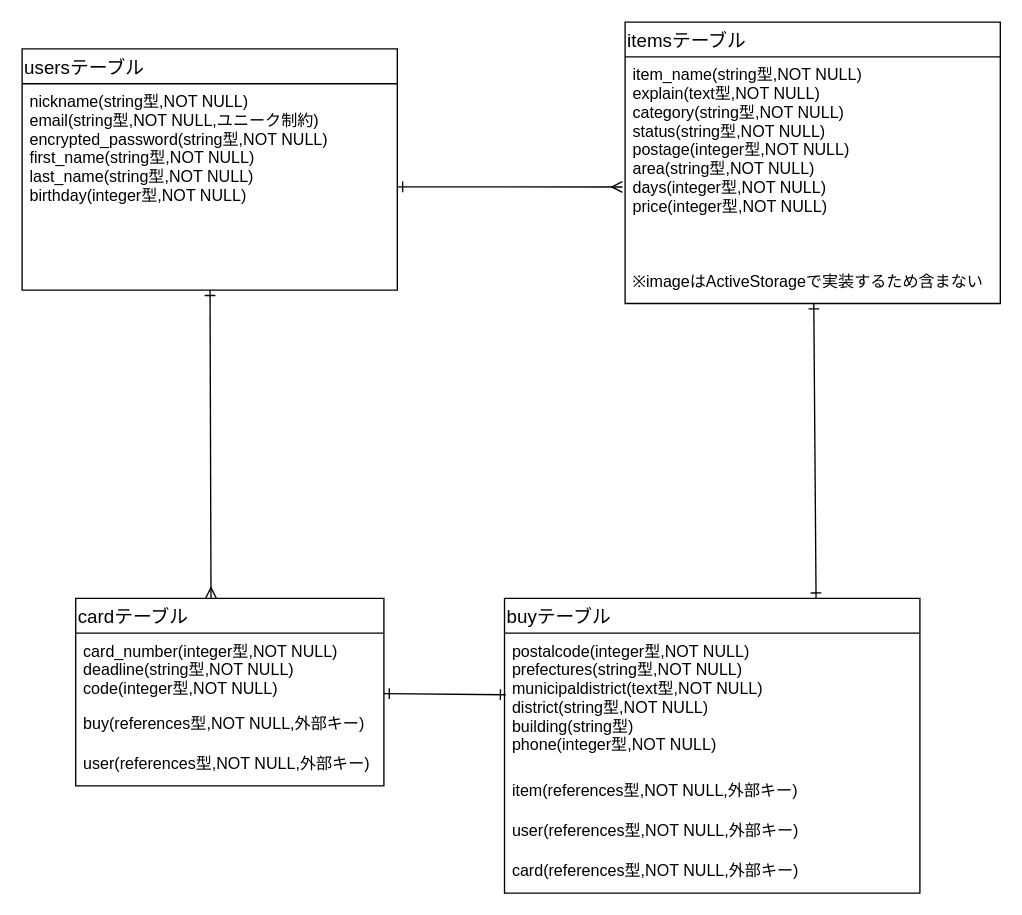
tamtam-time/furima-38599 keeps this draw.io diagram as er.dio. Above is the earlier version. Source tidied: cells renumbered, new cells numbered last; positions are measured from the earlier drawing's top-left corner, leaving out a move shared by most shapes. Both pictures are drawn from the tidied source at 134%, with x=0, y=0 at pixel (21, 21).
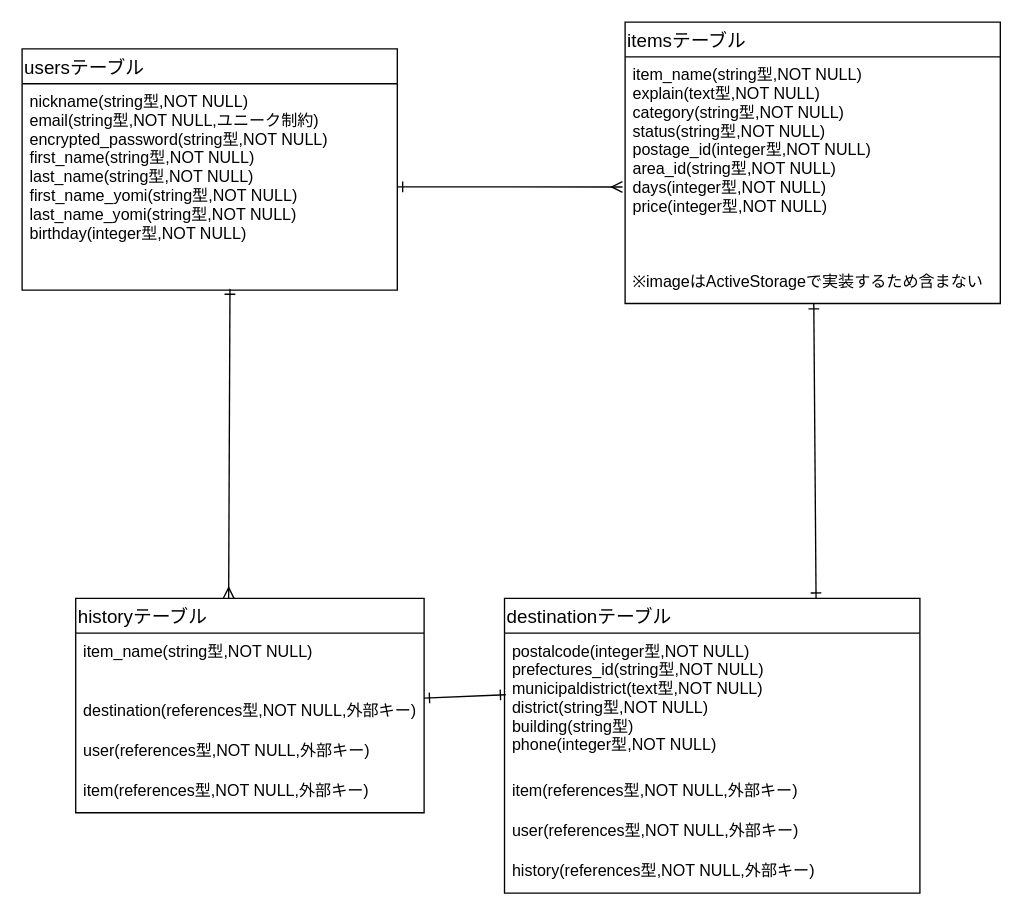
The same page after the edit.

Commit message (it also covers changes not shown here):
データベース設計：修正分

以下、ER図のURLになります。
https://gyazo.com/1ee61decaecb2e125a1e175b8ea8c575

アプリ見本では購入履歴の画面が確認できず、また、購入したのは勿論ログインしている本人であるのに購入者の情報が必要という点で、不明点が多く、また誤りが多数あるかと思います。申し訳ございませんが、何卒宜しくお願いいたします。

The change refers to these unchanged cells:
```xml
<mxCell id="2" value="usersテーブル" style="swimlane;fontStyle=0;horizontal=1;startSize=26;align=left;fontSize=14;spacingTop=0;" parent="1" vertex="1">
  <mxGeometry y="20" width="280" height="180" as="geometry" />
</mxCell>
<mxCell id="5" value="itemsテーブル" style="swimlane;fontStyle=0;horizontal=1;startSize=26;align=left;fontSize=14;" parent="1" vertex="1">
  <mxGeometry x="450" width="280" height="210" as="geometry" />
</mxCell>
```

What changed in the source:
```diff
@@
-    <mxCell id="3" value="nickname(string型,NOT NULL)&#10;email(string型,NOT NULL,ユニーク制約)&#10;encrypted_password(string型,NOT NULL)&#10;first_name(string型,NOT NULL)&#10;last_name(string型,NOT NULL)&#10;birthday(integer型,NOT NULL)&#10;" style="text;strokeColor=none;fillColor=none;spacingLeft=4;spacingRight=4;overflow=hidden;points=[[0,0.5],[1,0.5]];portConstraint=eastwest;fontSize=12;spacingTop=0;spacing=2;spacingBottom=0;" parent="2" vertex="1">
+    <mxCell id="3" value="nickname(string型,NOT NULL)&#10;email(string型,NOT NULL,ユニーク制約)&#10;encrypted_password(string型,NOT NULL)&#10;first_name(string型,NOT NULL)&#10;last_name(string型,NOT NULL)&#10;first_name_yomi(string型,NOT NULL)&#10;last_name_yomi(string型,NOT NULL)&#10;birthday(integer型,NOT NULL)&#10;" style="text;strokeColor=none;fillColor=none;spacingLeft=4;spacingRight=4;overflow=hidden;points=[[0,0.5],[1,0.5]];portConstraint=eastwest;fontSize=12;spacingTop=0;spacing=2;spacingBottom=0;" parent="2" vertex="1">
       <mxGeometry y="26" width="280" height="154" as="geometry" />
     </mxCell>
@@
-    <mxCell id="6" value="item_name(string型,NOT NULL)&#10;explain(text型,NOT NULL)&#10;category(string型,NOT NULL)&#10;status(string型,NOT NULL)&#10;postage(integer型,NOT NULL)&#10;area(string型,NOT NULL)&#10;days(integer型,NOT NULL)&#10;price(integer型,NOT NULL)" style="text;strokeColor=none;fillColor=none;spacingLeft=4;spacingRight=4;overflow=hidden;points=[[0,0.5],[1,0.5]];portConstraint=eastwest;fontSize=12;spacingTop=0;" parent="5" vertex="1">
+    <mxCell id="6" value="item_name(string型,NOT NULL)&#10;explain(text型,NOT NULL)&#10;category(string型,NOT NULL)&#10;status(string型,NOT NULL)&#10;postage_id(integer型,NOT NULL)&#10;area_id(string型,NOT NULL)&#10;days(integer型,NOT NULL)&#10;price(integer型,NOT NULL)" style="text;strokeColor=none;fillColor=none;spacingLeft=4;spacingRight=4;overflow=hidden;points=[[0,0.5],[1,0.5]];portConstraint=eastwest;fontSize=12;spacingTop=0;" parent="5" vertex="1">
       <mxGeometry y="26" width="280" height="154" as="geometry" />
     </mxCell>
@@
-    <mxCell id="8" value="buyテーブル" style="swimlane;fontStyle=0;horizontal=1;startSize=26;align=left;fontSize=14;" parent="1" vertex="1">
+    <mxCell id="8" value="destinationテーブル" style="swimlane;fontStyle=0;horizontal=1;startSize=26;align=left;fontSize=14;" parent="1" vertex="1">
       <mxGeometry x="360" y="430" width="310" height="220" as="geometry" />
     </mxCell>
-    <mxCell id="9" value="postalcode(integer型,NOT NULL)&#10;prefectures(string型,NOT NULL)&#10;municipaldistrict(text型,NOT NULL)&#10;district(string型,NOT NULL)&#10;building(string型)&#10;phone(integer型,NOT NULL)" style="text;strokeColor=none;fillColor=none;spacingLeft=4;spacingRight=4;overflow=hidden;points=[[0,0.5],[1,0.5]];portConstraint=eastwest;fontSize=12;" parent="8" vertex="1">
+    <mxCell id="9" value="postalcode(integer型,NOT NULL)&#10;prefectures_id(string型,NOT NULL)&#10;municipaldistrict(text型,NOT NULL)&#10;district(string型,NOT NULL)&#10;building(string型)&#10;phone(integer型,NOT NULL)" style="text;strokeColor=none;fillColor=none;spacingLeft=4;spacingRight=4;overflow=hidden;points=[[0,0.5],[1,0.5]];portConstraint=eastwest;fontSize=12;" parent="8" vertex="1">
       <mxGeometry y="26" width="310" height="104" as="geometry" />
     </mxCell>
@@
-    <mxCell id="12" value="card(references型,NOT NULL,外部キー)" style="text;strokeColor=none;fillColor=none;spacingLeft=4;spacingRight=4;overflow=hidden;fontSize=12;" parent="8" vertex="1">
+    <mxCell id="12" value="history(references型,NOT NULL,外部キー)" style="text;strokeColor=none;fillColor=none;spacingLeft=4;spacingRight=4;overflow=hidden;fontSize=12;" parent="8" vertex="1">
       <mxGeometry y="190" width="310" height="30" as="geometry" />
     </mxCell>
@@
-    <mxCell id="14" value="cardテーブル" style="swimlane;fontStyle=0;horizontal=1;startSize=26;align=left;fontSize=14;" parent="1" vertex="1">
-      <mxGeometry x="40" y="430" width="230" height="140" as="geometry" />
+    <mxCell id="14" value="historyテーブル" style="swimlane;fontStyle=0;horizontal=1;startSize=26;align=left;fontSize=14;" parent="1" vertex="1">
+      <mxGeometry x="40" y="430" width="260" height="160" as="geometry" />
     </mxCell>
-    <mxCell id="15" value="card_number(integer型,NOT NULL)&#10;deadline(string型,NOT NULL)&#10;code(integer型,NOT NULL)&#10;" style="text;strokeColor=none;fillColor=none;spacingLeft=4;spacingRight=4;overflow=hidden;fontSize=12;" parent="14" vertex="1">
-      <mxGeometry y="26" width="230" height="54" as="geometry" />
+    <mxCell id="15" value="item_name(string型,NOT NULL)&#10;" style="text;strokeColor=none;fillColor=none;spacingLeft=4;spacingRight=4;overflow=hidden;fontSize=12;" parent="14" vertex="1">
+      <mxGeometry y="26" width="260" height="44" as="geometry" />
     </mxCell>
-    <mxCell id="16" value="buy(references型,NOT NULL,外部キー)" style="text;strokeColor=none;fillColor=none;spacingLeft=4;spacingRight=4;overflow=hidden;fontSize=12;" parent="14" vertex="1">
-      <mxGeometry y="80" width="230" height="30" as="geometry" />
+    <mxCell id="16" value="destination(references型,NOT NULL,外部キー)" style="text;strokeColor=none;fillColor=none;spacingLeft=4;spacingRight=4;overflow=hidden;fontSize=12;" parent="14" vertex="1">
+      <mxGeometry y="70" width="260" height="30" as="geometry" />
     </mxCell>
+    <mxCell id="20" value="user(references型,NOT NULL,外部キー)" style="text;strokeColor=none;fillColor=none;spacingLeft=4;spacingRight=4;overflow=hidden;fontSize=12;" parent="14" vertex="1">
+      <mxGeometry y="100" width="260" height="30" as="geometry" />
+    </mxCell>
-    <mxCell id="17" value="user(references型,NOT NULL,外部キー)" style="text;strokeColor=none;fillColor=none;spacingLeft=4;spacingRight=4;overflow=hidden;fontSize=12;" parent="14" vertex="1">
-      <mxGeometry y="110" width="230" height="30" as="geometry" />
+    <mxCell id="17" value="item(references型,NOT NULL,外部キー)" style="text;strokeColor=none;fillColor=none;spacingLeft=4;spacingRight=4;overflow=hidden;fontSize=12;" parent="14" vertex="1">
+      <mxGeometry y="130" width="260" height="30" as="geometry" />
     </mxCell>
-    <mxCell id="18" style="edgeStyle=none;rounded=1;html=1;entryX=0.439;entryY=0;entryDx=0;entryDy=0;entryPerimeter=0;endArrow=ERmany;endFill=0;startArrow=ERone;startFill=0;" parent="1" edge="1" source="3" target="14">
+    <mxCell id="18" style="edgeStyle=none;rounded=1;html=1;entryX=0.439;entryY=0;entryDx=0;entryDy=0;entryPerimeter=0;endArrow=ERmany;endFill=0;startArrow=ERone;startFill=0;exitX=0.554;exitY=0.994;exitDx=0;exitDy=0;exitPerimeter=0;" parent="1" edge="1" source="3" target="14">
       <mxGeometry relative="1" as="geometry" />
     </mxCell>
```
